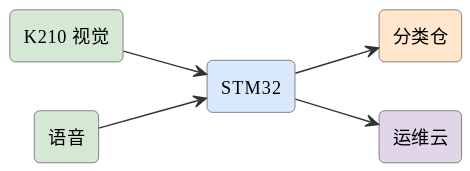
mingyi0818/IntelligentMcuCourse keeps this PlantUML diagram as assets/diagrams/ideas-fig84.svg. Above is the earlier version. Source of this version:
```plantuml
@startuml
skinparam defaultFontName "Microsoft YaHei"
skinparam rectangleRoundCorner 8
skinparam rectangleBorderColor #555
skinparam rectangleFontSize 13
skinparam arrowFontSize 11
skinparam arrowColor #333
left to right direction
rectangle "K210 视觉" as cam #d5e8d4
rectangle "语音" as mic #d5e8d4
rectangle "STM32" as stm #dae8fc
rectangle "分类仓" as bin #ffe6cc
rectangle "运维云" as cloud #e1d5e8
cam --> stm
mic --> stm
stm --> bin
stm --> cloud
@enduml
```
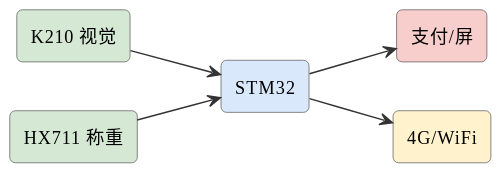
After the commit.

What changed in the source:
```diff
@@ -7,12 +7,12 @@
 skinparam arrowColor #333
 left to right direction
 rectangle "K210 视觉" as cam #d5e8d4
-rectangle "语音" as mic #d5e8d4
+rectangle "HX711 称重" as hx #d5e8d4
 rectangle "STM32" as stm #dae8fc
-rectangle "分类仓" as bin #ffe6cc
-rectangle "运维云" as cloud #e1d5e8
+rectangle "支付/屏" as pay #f8cecc
+rectangle "4G/WiFi" as net #fff2cc
 cam --> stm
-mic --> stm
-stm --> bin
-stm --> cloud
+hx --> stm
+stm --> pay
+stm --> net
 @enduml
```
